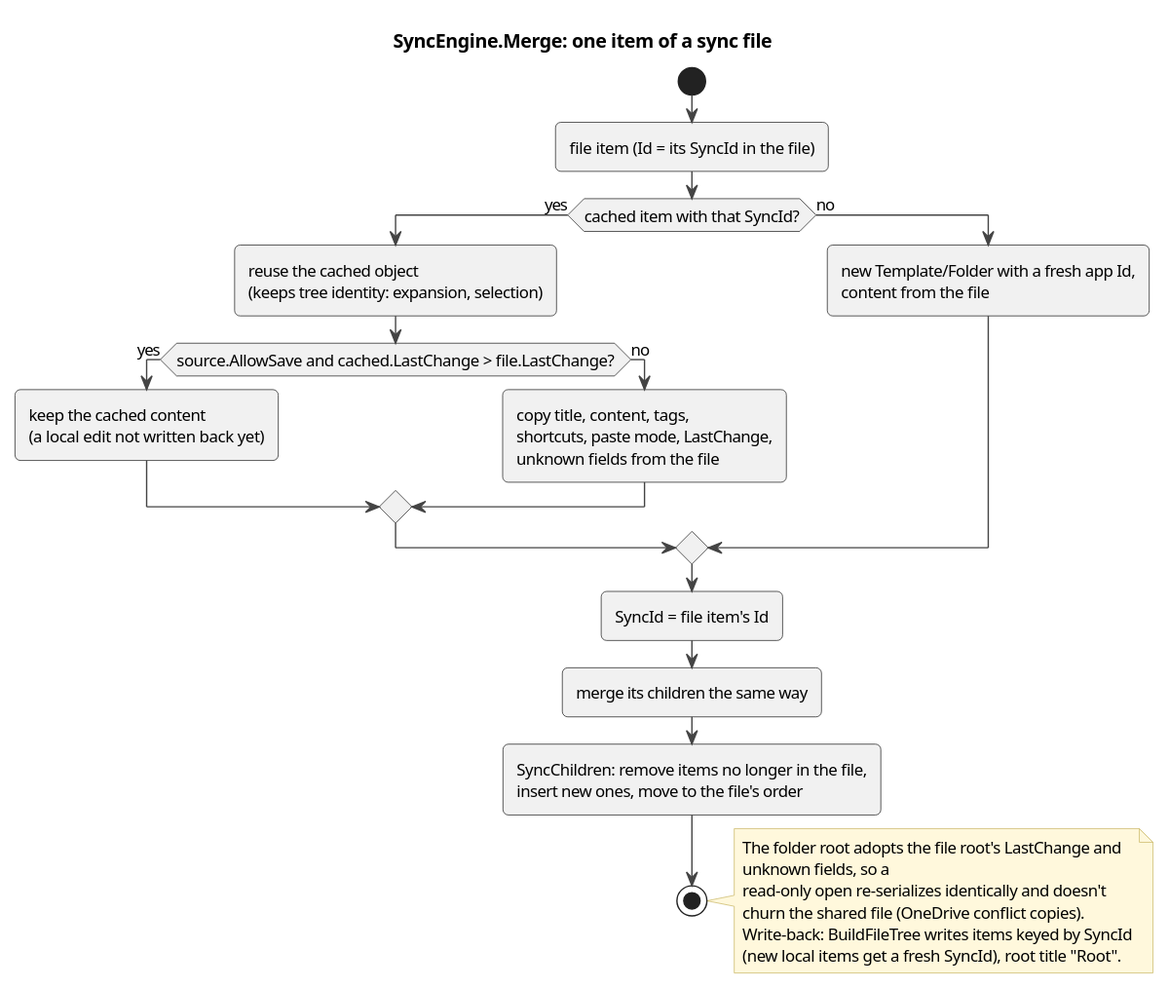
Before: docs/architecture/diagrams/act-sync-merge.svg, a diagram exported from PlantUML (halatsWol/TextTemplateManager-v2). Its diagram source:
```plantuml
@startuml
!include _style.iuml
title SyncEngine.Merge: one item of a sync file

start
:file item (Id = its SyncId in the file);
if (cached item with that SyncId?) then (yes)
  :reuse the cached object\n(keeps tree identity: expansion, selection);
  if (source.AllowSave and cached.LastChange > file.LastChange?) then (yes)
    :keep the cached content\n(a local edit not written back yet);
  else (no)
    :copy title, content, tags,\nshortcuts, paste mode, LastChange,\nunknown fields from the file;
  endif
else (no)
  :new Template/Folder with a fresh app Id,\ncontent from the file;
endif
:SyncId = file item's Id;
:merge its children the same way;
:SyncChildren: remove items no longer in the file,\ninsert new ones, move to the file's order;
stop
note right
  The folder root adopts the file root's LastChange and
  unknown fields, so a
  read-only open re-serializes identically and doesn't
  churn the shared file (OneDrive conflict copies).
  Write-back: BuildFileTree writes items keyed by SyncId
  (new local items get a fresh SyncId), root title "Root".
end note
@enduml
```
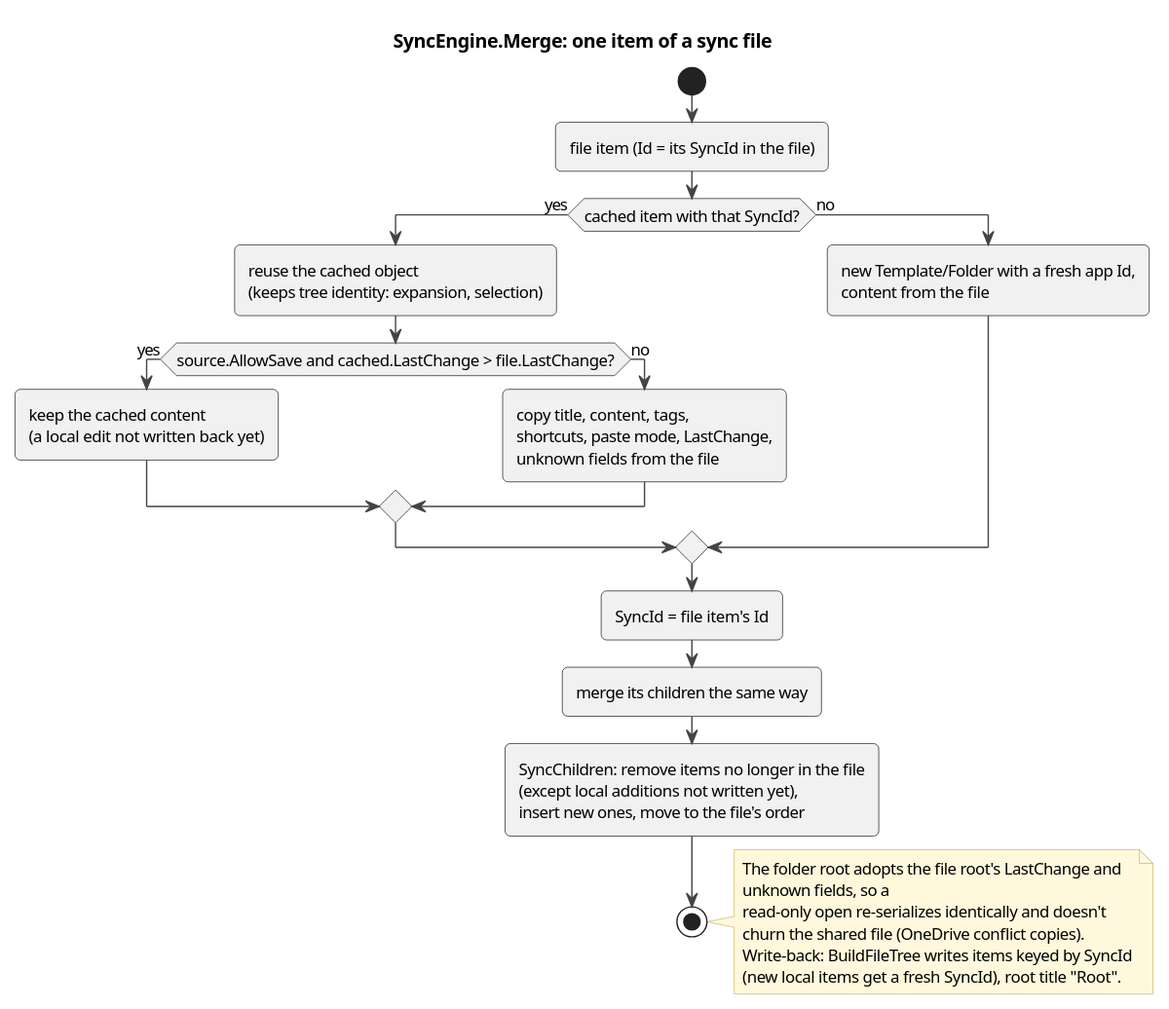
After the commit.

What changed in the source:
```diff
@@ -16,7 +16,7 @@
 endif
 :SyncId = file item's Id;
 :merge its children the same way;
-:SyncChildren: remove items no longer in the file,\ninsert new ones, move to the file's order;
+:SyncChildren: remove items no longer in the file\n(except local additions not written yet),\ninsert new ones, move to the file's order;
 stop
 note right
   The folder root adopts the file root's LastChange and
```
